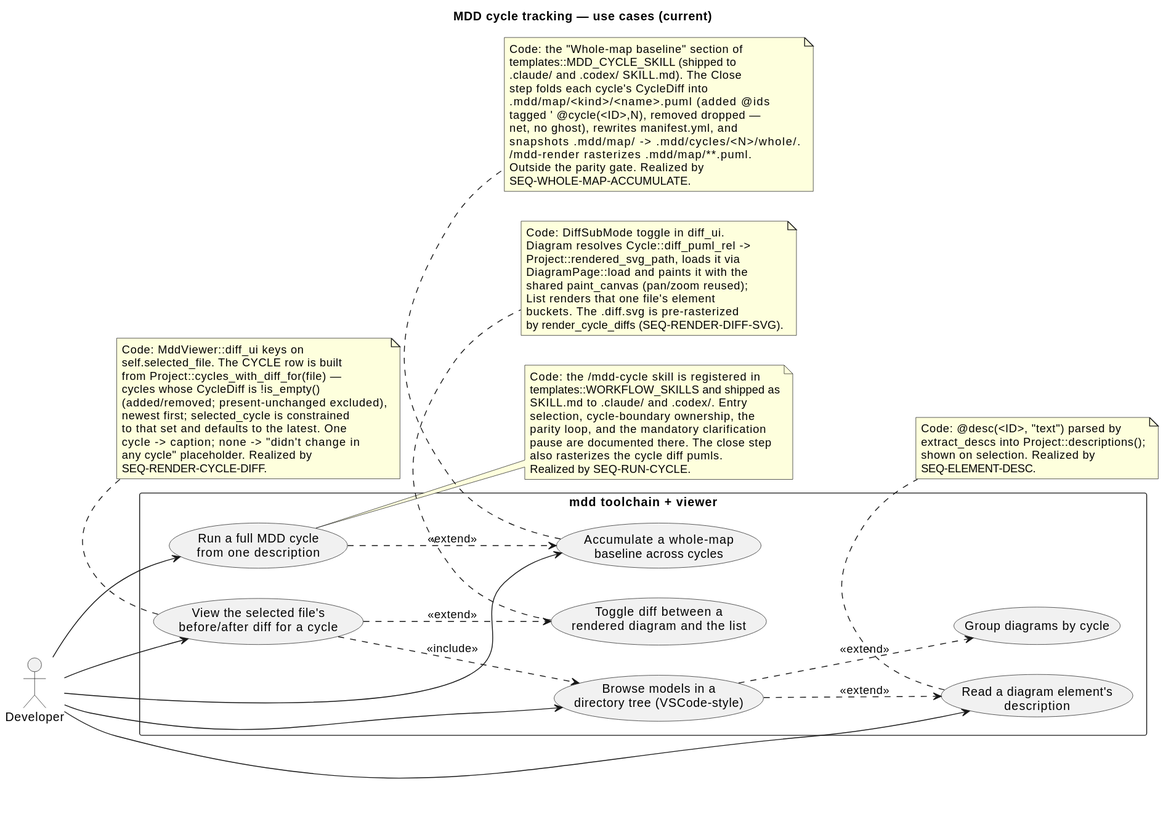
Above: .mdd/rendered/models/current/use-cases/cycle-tracking.svg in cthadeufaria/model-driven-development (PlantUML), before the change.
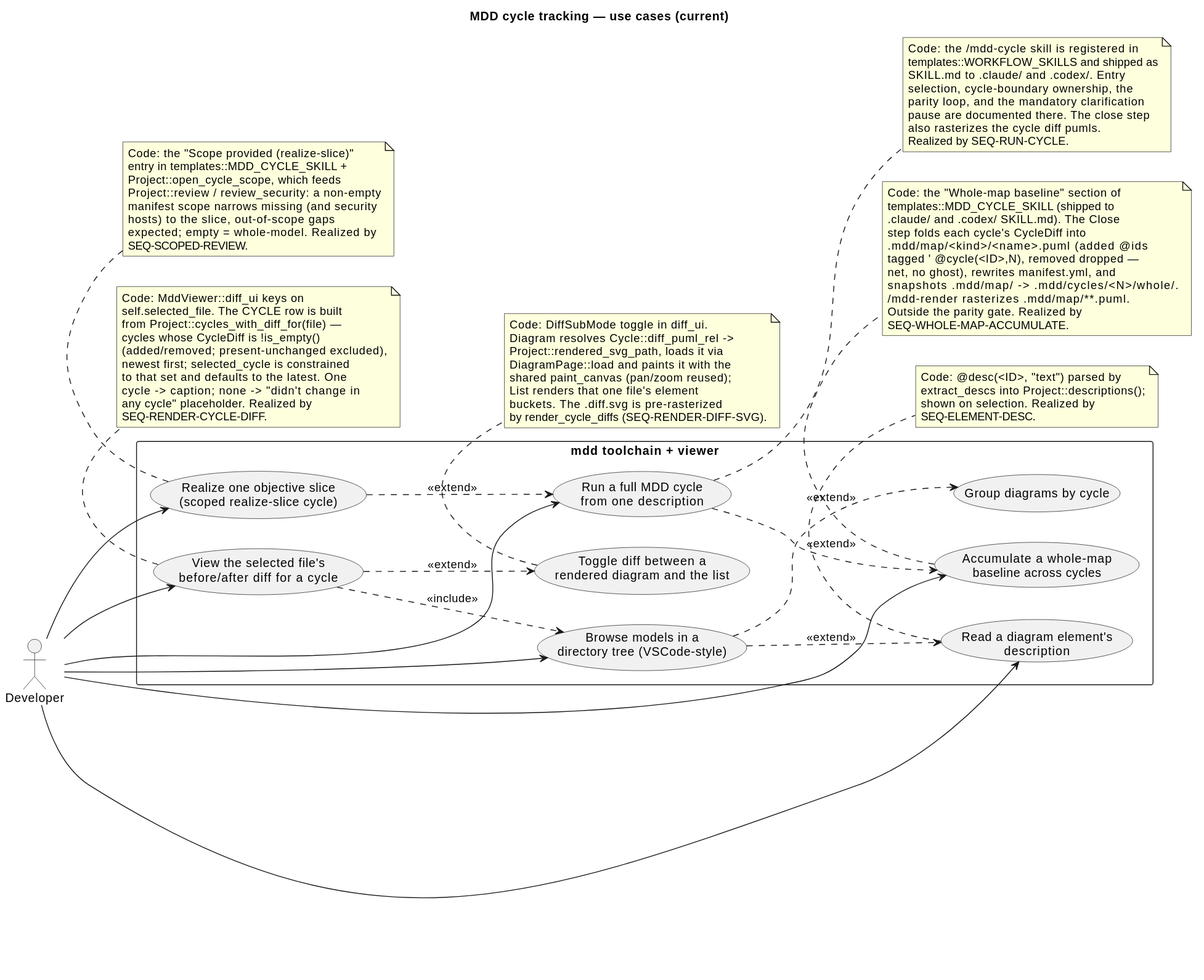
The same diagram one commit later.

Diff of the diagram source:
```diff
@@ -7,6 +7,7 @@
 
 rectangle "mdd toolchain + viewer" {
   usecase "Run a full MDD cycle\nfrom one description" as RunCycle
+  usecase "Realize one objective slice\n(scoped realize-slice cycle)" as RealizeSlice
   usecase "Browse models in a\ndirectory tree (VSCode-style)" as Tree
   usecase "Group diagrams by cycle" as Group
   usecase "View the selected file's\nbefore/after diff for a cycle" as Diff
@@ -16,6 +17,7 @@
 }
 
 Dev --> RunCycle
+Dev --> RealizeSlice
 Dev --> Tree
 Dev --> Diff
 Dev --> Desc
@@ -26,6 +28,7 @@
 Diff ..> DiffDiagram : <<extend>>
 Tree ..> Desc : <<extend>>
 RunCycle ..> WholeMap : <<extend>>
+RealizeSlice ..> RunCycle : <<extend>>
 
 note right of RunCycle
   Code: the /mdd-cycle skill is registered in
@@ -36,6 +39,17 @@
   pause are documented there. The close step
   also rasterizes the cycle diff pumls.
   Realized by SEQ-RUN-CYCLE.
+end note
+
+note bottom of RealizeSlice
+  Code: the "Scope provided (realize-slice)"
+  entry in templates::MDD_CYCLE_SKILL +
+  Project::open_cycle_scope, which feeds
+  Project::review / review_security: a non-empty
+  manifest scope narrows missing (and security
+  hosts) to the slice, out-of-scope gaps
+  expected; empty = whole-model. Realized by
+  SEQ-SCOPED-REVIEW.
 end note
 
 note bottom of Diff
```
